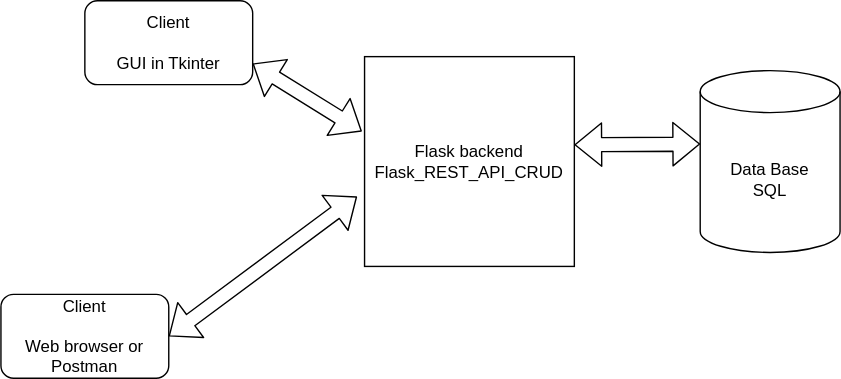
This is Untitled Diagram.svg from kozyraP/Flask_REST_API_CRUD, a draw.io export, as it was before one commit. Source tidied: cells renumbered, new cells last; positions are measured from the earlier drawing's top-left corner, leaving out a move shared by most shapes. Its diagram source:
```xml
<mxGraphModel>
  <root>
    <mxCell id="0" />
    <mxCell id="1" parent="0" />
    <mxCell id="2" value="Data Base&lt;br&gt;SQL" style="shape=cylinder3;whiteSpace=wrap;html=1;boundedLbl=1;backgroundOutline=1;size=15;" parent="1" vertex="1">
      <mxGeometry x="500" y="50" width="100" height="130" as="geometry" />
    </mxCell>
    <mxCell id="3" value="Client&lt;br&gt;&lt;br&gt;GUI in Tkinter" style="rounded=1;whiteSpace=wrap;html=1;" parent="1" vertex="1">
      <mxGeometry x="60" width="120" height="60" as="geometry" />
    </mxCell>
    <mxCell id="4" value="Flask backend&lt;br&gt;Flask_REST_API_CRUD" style="whiteSpace=wrap;html=1;" parent="1" vertex="1">
      <mxGeometry x="260" y="40" width="150" height="150" as="geometry" />
    </mxCell>
    <mxCell id="5" value="Client&lt;br&gt;&lt;br&gt;Web browser or Postman" style="rounded=1;whiteSpace=wrap;html=1;" parent="1" vertex="1">
      <mxGeometry y="210" width="120" height="60" as="geometry" />
    </mxCell>
    <mxCell id="6" style="shape=flexArrow;endArrow=classic;startArrow=classic;html=1;entryX=-0.013;entryY=0.356;entryDx=0;entryDy=0;entryPerimeter=0;exitX=1;exitY=0.75;exitDx=0;exitDy=0;" parent="1" edge="1" source="3" target="4">
      <mxGeometry relative="1" as="geometry" />
    </mxCell>
    <mxCell id="7" style="shape=flexArrow;endArrow=classic;startArrow=classic;html=1;entryX=0;entryY=0;entryDx=0;entryDy=52.5;entryPerimeter=0;" parent="1" edge="1" target="2">
      <mxGeometry relative="1" as="geometry">
        <mxPoint x="410" y="103" as="sourcePoint" />
      </mxGeometry>
    </mxCell>
    <mxCell id="8" style="shape=flexArrow;endArrow=classic;startArrow=classic;html=1;entryX=-0.036;entryY=0.667;entryDx=0;entryDy=0;entryPerimeter=0;exitX=1;exitY=0.5;exitDx=0;exitDy=0;" parent="1" edge="1" source="5" target="4">
      <mxGeometry relative="1" as="geometry" />
    </mxCell>
  </root>
</mxGraphModel>
```
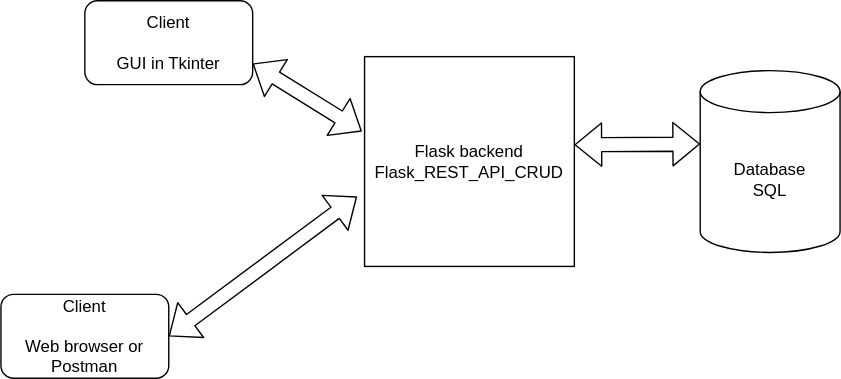
After the commit.

The edit, as a diff of the source:
```diff
@@ -2,7 +2,7 @@
   <root>
     <mxCell id="0" />
     <mxCell id="1" parent="0" />
-    <mxCell id="2" value="Data Base&lt;br&gt;SQL" style="shape=cylinder3;whiteSpace=wrap;html=1;boundedLbl=1;backgroundOutline=1;size=15;" parent="1" vertex="1">
+    <mxCell id="2" value="Database&lt;br&gt;SQL" style="shape=cylinder3;whiteSpace=wrap;html=1;boundedLbl=1;backgroundOutline=1;size=15;" parent="1" vertex="1">
       <mxGeometry x="500" y="50" width="100" height="130" as="geometry" />
     </mxCell>
     <mxCell id="3" value="Client&lt;br&gt;&lt;br&gt;GUI in Tkinter" style="rounded=1;whiteSpace=wrap;html=1;" parent="1" vertex="1">
```
